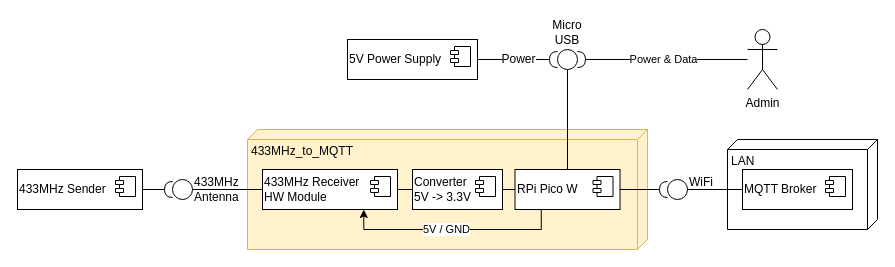
Above: doc/source/context_diagram.drawio in erichstuder/433MHz_to_MQTT (draw.io), before the change. Source tidied: cells renumbered, new cells numbered last; positions are measured from the earlier drawing's top-left corner, leaving out a move shared by most shapes. Both pictures are drawn from the tidied source at 100%, with x=0, y=0 at pixel (17, 29).
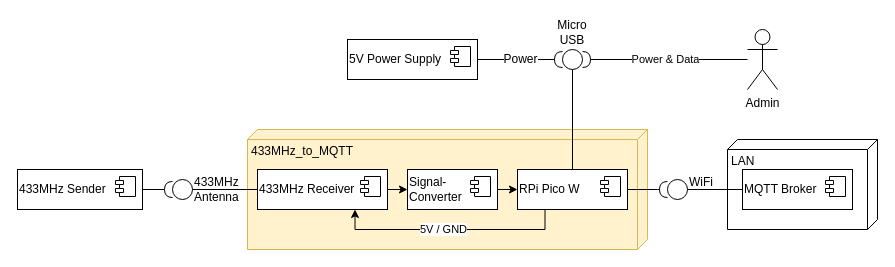
Above is the later version.

Commit message (it also covers changes not shown here):
add description to context diagram

What changed in the source:
```diff
@@
     <mxCell id="12" value="RPi Pico W" style="html=1;whiteSpace=wrap;align=left;fontFamily=Helvetica;fontSize=12;" parent="1" vertex="1">
-      <mxGeometry x="497.5" y="140" width="105" height="40" as="geometry" />
+      <mxGeometry x="500" y="140" width="110" height="40" as="geometry" />
     </mxCell>
@@
-    <mxCell id="14" style="edgeStyle=orthogonalEdgeStyle;rounded=0;jettySize=auto;html=1;exitX=1;exitY=0.5;exitDx=0;exitDy=0;entryX=0;entryY=0.5;entryDx=0;entryDy=0;endArrow=none;endFill=0;fontFamily=Helvetica;fontSize=12;" parent="1" edge="1" source="15" target="18">
+    <mxCell id="14" style="edgeStyle=orthogonalEdgeStyle;rounded=0;jettySize=auto;html=1;exitX=1;exitY=0.5;exitDx=0;exitDy=0;entryX=0;entryY=0.5;entryDx=0;entryDy=0;endArrow=classic;endFill=1;fontFamily=Helvetica;fontSize=12;" parent="1" edge="1" source="15" target="18">
       <mxGeometry relative="1" as="geometry" />
     </mxCell>
-    <mxCell id="15" value="&lt;span style=&quot;text-wrap: nowrap; font-size: 12px;&quot;&gt;433MHz Receiver&lt;/span&gt;&lt;div style=&quot;text-wrap: nowrap; font-size: 12px;&quot;&gt;HW Module&lt;/div&gt;" style="html=1;whiteSpace=wrap;align=left;fontFamily=Helvetica;fontSize=12;" parent="1" vertex="1">
-      <mxGeometry x="245" y="140" width="135" height="40" as="geometry" />
+    <mxCell id="15" value="&lt;span style=&quot;text-wrap: nowrap; font-size: 12px;&quot;&gt;433MHz Receiver&lt;/span&gt;" style="html=1;whiteSpace=wrap;align=left;fontFamily=Helvetica;fontSize=12;" parent="1" vertex="1">
+      <mxGeometry x="240" y="140" width="130" height="40" as="geometry" />
     </mxCell>
@@
-    <mxCell id="17" style="edgeStyle=orthogonalEdgeStyle;rounded=0;jettySize=auto;html=1;exitX=1;exitY=0.5;exitDx=0;exitDy=0;entryX=0;entryY=0.5;entryDx=0;entryDy=0;endArrow=none;endFill=0;fontFamily=Helvetica;fontSize=12;" parent="1" edge="1" source="18" target="12">
+    <mxCell id="17" style="edgeStyle=orthogonalEdgeStyle;rounded=0;jettySize=auto;html=1;exitX=1;exitY=0.5;exitDx=0;exitDy=0;entryX=0;entryY=0.5;entryDx=0;entryDy=0;endArrow=classic;endFill=1;fontFamily=Helvetica;fontSize=12;" parent="1" edge="1" source="18" target="12">
       <mxGeometry relative="1" as="geometry" />
     </mxCell>
-    <mxCell id="18" value="&lt;div style=&quot;font-size: 12px;&quot;&gt;Converter&lt;/div&gt;5V -&amp;gt; 3.3V" style="html=1;whiteSpace=wrap;align=left;fontFamily=Helvetica;fontSize=12;" parent="1" vertex="1">
-      <mxGeometry x="395" y="140" width="90" height="40" as="geometry" />
+    <mxCell id="18" value="&lt;div style=&quot;font-size: 12px;&quot;&gt;Signal-&lt;/div&gt;&lt;div style=&quot;font-size: 12px;&quot;&gt;Converter&lt;/div&gt;" style="html=1;whiteSpace=wrap;align=left;fontFamily=Helvetica;fontSize=12;" parent="1" vertex="1">
+      <mxGeometry x="390" y="140" width="90" height="40" as="geometry" />
     </mxCell>
@@
     <mxCell id="24" value="Micro USB" style="ellipse;whiteSpace=wrap;html=1;rounded=0;shadow=0;comic=0;labelBackgroundColor=none;strokeWidth=1;fontFamily=Helvetica;fontSize=12;align=center;direction=west;verticalAlign=bottom;labelPosition=center;verticalLabelPosition=top;" parent="1" vertex="1">
-      <mxGeometry x="540" y="20" width="20" height="20" as="geometry" />
+      <mxGeometry x="545" y="20" width="20" height="20" as="geometry" />
     </mxCell>
```
